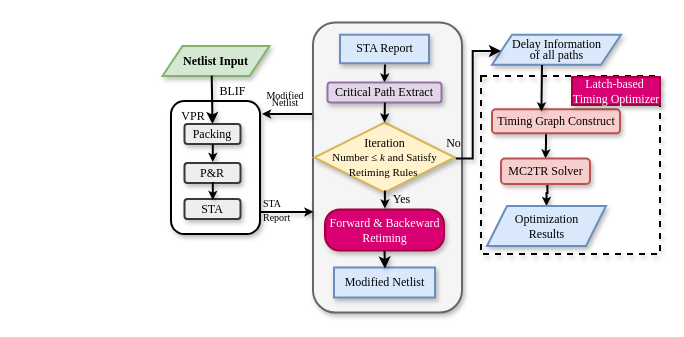
The draw.io diagram TIRK.drawio in kxzhu0505/TIRL, before the edit. Source tidied: cells renumbered, new cells numbered last; positions are measured from the earlier drawing's top-left corner, leaving out a move shared by most shapes. Both pictures are drawn from the tidied source at 100%, with x=0, y=0 at pixel (162, 22).
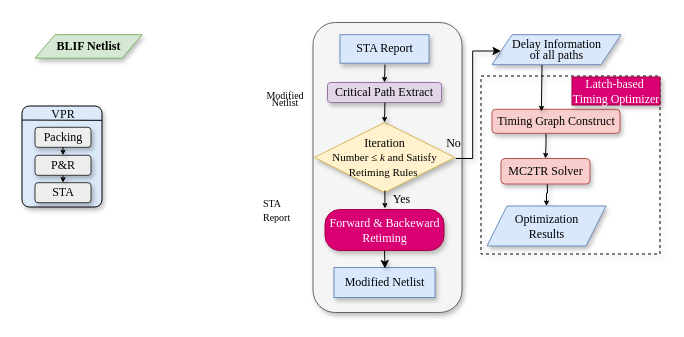
The same diagram, later.

Change to the diagram source:
```diff
@@
-    <mxCell id="2" style="rounded=0;whiteSpace=wrap;html=1;fillColor=none;strokeWidth=2;fontFamily=Times New Roman;shadow=1;dashed=1;" parent="1" vertex="1">
+    <mxCell id="2" style="rounded=0;whiteSpace=wrap;html=1;fillColor=none;strokeWidth=1;fontFamily=Times New Roman;shadow=1;dashed=1;" parent="1" vertex="1">
       <mxGeometry x="318.5" y="53.5" width="179" height="178" as="geometry" />
     </mxCell>
-    <mxCell id="3" style="edgeStyle=orthogonalEdgeStyle;rounded=0;jettySize=auto;html=1;strokeWidth=2;fontFamily=Times New Roman;endSize=3;shadow=1;" parent="1" edge="1" target="9">
+    <mxCell id="3" style="edgeStyle=orthogonalEdgeStyle;rounded=0;jettySize=auto;html=1;strokeWidth=1;fontFamily=Times New Roman;endSize=3;shadow=1;" parent="1" edge="1" target="9">
       <mxGeometry relative="1" as="geometry">
         <mxPoint x="384.5" y="149.5" as="sourcePoint" />
       </mxGeometry>
     </mxCell>
-    <mxCell id="4" value="&lt;font&gt;&lt;b&gt;Netlist Input&lt;/b&gt;&lt;/font&gt;" style="shape=parallelogram;perimeter=parallelogramPerimeter;whiteSpace=wrap;html=1;fixedSize=1;fillColor=#d5e8d4;strokeColor=#82b366;strokeWidth=2;fontFamily=Times New Roman;shadow=1;" parent="1" vertex="1">
-      <mxGeometry y="23.5" width="107" height="30" as="geometry" />
+    <mxCell id="4" value="&lt;font&gt;&lt;b&gt;BLIF Netlist&lt;/b&gt;&lt;/font&gt;" style="shape=parallelogram;perimeter=parallelogramPerimeter;whiteSpace=wrap;html=1;fixedSize=1;fillColor=#d5e8d4;strokeColor=#82b366;strokeWidth=1;fontFamily=Times New Roman;shadow=1;" parent="1" vertex="1">
+      <mxGeometry x="-127.5" y="12.2" width="107" height="23.5" as="geometry" />
     </mxCell>
-    <mxCell id="5" value="&lt;p style=&quot;line-height: 90%;&quot;&gt;&lt;font&gt;Delay Information &lt;br&gt;of all paths&lt;/font&gt;&lt;/p&gt;" style="shape=parallelogram;perimeter=parallelogramPerimeter;whiteSpace=wrap;html=1;fixedSize=1;fillColor=#dae8fc;strokeColor=#6c8ebf;strokeWidth=2;fontFamily=Times New Roman;shadow=1;" parent="1" vertex="1">
+    <mxCell id="5" value="&lt;p style=&quot;line-height: 90%;&quot;&gt;&lt;font&gt;Delay Information &lt;br&gt;of all paths&lt;/font&gt;&lt;/p&gt;" style="shape=parallelogram;perimeter=parallelogramPerimeter;whiteSpace=wrap;html=1;fixedSize=1;fillColor=#dae8fc;strokeColor=#6c8ebf;strokeWidth=1;fontFamily=Times New Roman;shadow=1;" parent="1" vertex="1">
       <mxGeometry x="329.5" y="12.2" width="129" height="30" as="geometry" />
     </mxCell>
-    <mxCell id="6" style="edgeStyle=orthogonalEdgeStyle;rounded=0;jettySize=auto;html=1;entryX=0.5;entryY=0;entryDx=0;entryDy=0;strokeWidth=2;fontFamily=Times New Roman;endSize=3;shadow=1;" parent="1" edge="1" source="7" target="8">
+    <mxCell id="6" style="edgeStyle=orthogonalEdgeStyle;rounded=0;jettySize=auto;html=1;entryX=0.5;entryY=0;entryDx=0;entryDy=0;strokeWidth=1;fontFamily=Times New Roman;endSize=3;shadow=1;" parent="1" edge="1" source="7" target="8">
       <mxGeometry relative="1" as="geometry">
         <Array as="points">
           <mxPoint x="383.5" y="121.5" />
           <mxPoint x="383.5" y="121.5" />
         </Array>
       </mxGeometry>
     </mxCell>
-    <mxCell id="7" value="&lt;span style=&quot;text-wrap-mode: nowrap;&quot;&gt;Timing Graph Construct&lt;/span&gt;" style="rounded=1;whiteSpace=wrap;html=1;fillColor=#f8cecc;strokeColor=#b85450;strokeWidth=2;fontFamily=Times New Roman;shadow=1;" parent="1" vertex="1">
+    <mxCell id="7" value="&lt;span style=&quot;text-wrap-mode: nowrap;&quot;&gt;Timing Graph Construct&lt;/span&gt;" style="rounded=1;whiteSpace=wrap;html=1;fillColor=#f8cecc;strokeColor=#b85450;strokeWidth=1;fontFamily=Times New Roman;shadow=1;" parent="1" vertex="1">
       <mxGeometry x="329.5" y="86.8" width="128" height="24" as="geometry" />
     </mxCell>
-    <mxCell id="8" value="&lt;font&gt;MC2TR Solver&lt;/font&gt;" style="rounded=1;whiteSpace=wrap;html=1;fillColor=#f8cecc;strokeColor=#b85450;strokeWidth=2;fontFamily=Times New Roman;shadow=1;" parent="1" vertex="1">
+    <mxCell id="8" value="&lt;font&gt;MC2TR Solver&lt;/font&gt;" style="rounded=1;whiteSpace=wrap;html=1;fillColor=#f8cecc;strokeColor=#b85450;strokeWidth=1;fontFamily=Times New Roman;shadow=1;" parent="1" vertex="1">
       <mxGeometry x="338.5" y="136" width="89" height="25.5" as="geometry" />
     </mxCell>
-    <mxCell id="9" value="&lt;font&gt;Optimization &lt;br&gt;Results&lt;/font&gt;" style="shape=parallelogram;perimeter=parallelogramPerimeter;whiteSpace=wrap;html=1;fixedSize=1;fillColor=#dae8fc;strokeColor=#6c8ebf;strokeWidth=2;fontFamily=Times New Roman;shadow=1;" parent="1" vertex="1">
+    <mxCell id="9" value="&lt;font&gt;Optimization &lt;br&gt;Results&lt;/font&gt;" style="shape=parallelogram;perimeter=parallelogramPerimeter;whiteSpace=wrap;html=1;fixedSize=1;fillColor=#dae8fc;strokeColor=#6c8ebf;strokeWidth=1;fontFamily=Times New Roman;shadow=1;" parent="1" vertex="1">
       <mxGeometry x="324.5" y="183.5" width="119" height="40" as="geometry" />
     </mxCell>
-    <mxCell id="10" value="&lt;font&gt;BLIF&lt;/font&gt;" style="text;html=1;align=center;verticalAlign=middle;strokeColor=none;fillColor=none;strokeWidth=2;fontFamily=Times New Roman;shadow=1;" parent="1" vertex="1">
-      <mxGeometry x="45.5" y="53.5" width="49" height="30" as="geometry" />
-    </mxCell>
-    <mxCell id="11" style="rounded=1;whiteSpace=wrap;html=1;fillColor=#f5f5f5;strokeColor=#666666;strokeWidth=2;fontFamily=Times New Roman;fontColor=#333333;shadow=1;" parent="1" vertex="1">
+    <mxCell id="11" style="rounded=1;whiteSpace=wrap;html=1;fillColor=#f5f5f5;strokeColor=#666666;strokeWidth=1;fontFamily=Times New Roman;fontColor=#333333;shadow=1;" parent="1" vertex="1">
       <mxGeometry x="150.5" width="149" height="290" as="geometry" />
     </mxCell>
-    <mxCell id="12" style="rounded=1;whiteSpace=wrap;html=1;strokeWidth=2;fontFamily=Times New Roman;shadow=1;" parent="1" vertex="1">
-      <mxGeometry x="8.5" y="78.5" width="89" height="133" as="geometry" />
+    <mxCell id="12" value="&lt;hr&gt;" style="rounded=1;whiteSpace=wrap;html=1;strokeWidth=1;fontFamily=Times New Roman;shadow=1;fillColor=#DBE9F9;arcSize=9;" parent="1" vertex="1">
+      <mxGeometry x="-140.5" y="83.5" width="80" height="101" as="geometry" />
     </mxCell>
-    <mxCell id="13" value="&lt;font&gt;STA Report&lt;/font&gt;" style="rounded=0;whiteSpace=wrap;html=1;fillColor=#dae8fc;strokeColor=#6c8ebf;strokeWidth=2;fontFamily=Times New Roman;shadow=1;" parent="1" vertex="1">
+    <mxCell id="13" value="&lt;font&gt;STA Report&lt;/font&gt;" style="rounded=0;whiteSpace=wrap;html=1;fillColor=#dae8fc;strokeColor=#6c8ebf;strokeWidth=1;fontFamily=Times New Roman;shadow=1;" parent="1" vertex="1">
       <mxGeometry x="177.5" y="12.2" width="89" height="28.5" as="geometry" />
     </mxCell>
-    <mxCell id="14" style="rhombus;whiteSpace=wrap;html=1;fillColor=#fff2cc;strokeColor=#d6b656;strokeWidth=2;fontFamily=Times New Roman;shadow=1;" parent="1" vertex="1">
+    <mxCell id="14" style="rhombus;whiteSpace=wrap;html=1;fillColor=#fff2cc;strokeColor=#d6b656;strokeWidth=1;fontFamily=Times New Roman;shadow=1;" parent="1" vertex="1">
       <mxGeometry x="151.8" y="100" width="140.5" height="70" as="geometry" />
     </mxCell>
-    <mxCell id="15" style="endArrow=classic;html=1;rounded=0;exitX=0.5;exitY=1;exitDx=0;exitDy=0;strokeWidth=2;fontFamily=Times New Roman;endSize=3;entryX=0.5;entryY=0;entryDx=0;entryDy=0;shadow=1;" parent="1" edge="1" target="23">
+    <mxCell id="15" style="endArrow=classic;html=1;rounded=0;exitX=0.5;exitY=1;exitDx=0;exitDy=0;strokeWidth=1;fontFamily=Times New Roman;endSize=3;entryX=0.5;entryY=0;entryDx=0;entryDy=0;shadow=1;" parent="1" edge="1" target="23">
       <mxGeometry relative="1" as="geometry">
         <mxPoint x="222.5" y="42" as="sourcePoint" />
       </mxGeometry>
     </mxCell>
-    <mxCell id="16" value="&lt;font&gt;Forward &amp;amp; Backeward Retiming&lt;/font&gt;" style="rounded=1;whiteSpace=wrap;html=1;fillColor=#d80073;strokeColor=#A50040;arcSize=36;strokeWidth=2;fontFamily=Times New Roman;fontColor=#ffffff;shadow=1;" parent="1" vertex="1">
+    <mxCell id="16" value="&lt;font&gt;Forward &amp;amp; Backeward Retiming&lt;/font&gt;" style="rounded=1;whiteSpace=wrap;html=1;fillColor=#d80073;strokeColor=#A50040;arcSize=36;strokeWidth=1;fontFamily=Times New Roman;fontColor=#ffffff;shadow=1;" parent="1" vertex="1">
       <mxGeometry x="162.5" y="187" width="119" height="41" as="geometry" />
     </mxCell>
-    <mxCell id="17" value="&lt;font&gt;Modified Netlist&lt;/font&gt;" style="rounded=0;whiteSpace=wrap;html=1;fillColor=#dae8fc;strokeColor=#6c8ebf;strokeWidth=2;fontFamily=Times New Roman;shadow=1;" parent="1" vertex="1">
+    <mxCell id="17" value="&lt;font&gt;Modified Netlist&lt;/font&gt;" style="rounded=0;whiteSpace=wrap;html=1;fillColor=#dae8fc;strokeColor=#6c8ebf;strokeWidth=1;fontFamily=Times New Roman;shadow=1;" parent="1" vertex="1">
       <mxGeometry x="171.5" y="245" width="101" height="30" as="geometry" />
     </mxCell>
-    <mxCell id="18" style="endArrow=classic;html=1;rounded=0;exitX=0.5;exitY=1;exitDx=0;exitDy=0;strokeWidth=2;fontFamily=Times New Roman;shadow=1;" parent="1" edge="1" source="16">
+    <mxCell id="18" style="endArrow=classic;html=1;rounded=0;exitX=0.5;exitY=1;exitDx=0;exitDy=0;strokeWidth=1;fontFamily=Times New Roman;shadow=1;" parent="1" edge="1" source="16">
       <mxGeometry relative="1" as="geometry">
         <mxPoint x="222.5" y="246" as="targetPoint" />
       </mxGeometry>
     </mxCell>
-    <mxCell id="19" value="&lt;font&gt;Yes&lt;/font&gt;" style="text;html=1;align=center;verticalAlign=middle;strokeColor=none;fillColor=none;strokeWidth=2;fontFamily=Times New Roman;shadow=1;" parent="1" vertex="1">
+    <mxCell id="19" value="&lt;font&gt;Yes&lt;/font&gt;" style="text;html=1;align=center;verticalAlign=middle;strokeColor=none;fillColor=none;strokeWidth=1;fontFamily=Times New Roman;shadow=1;" parent="1" vertex="1">
       <mxGeometry x="219.5" y="162" width="39" height="30" as="geometry" />
     </mxCell>
-    <mxCell id="20" value="No" style="text;html=1;align=center;verticalAlign=middle;strokeColor=none;fillColor=none;strokeWidth=2;fontFamily=Times New Roman;shadow=1;" parent="1" vertex="1">
+    <mxCell id="20" value="No" style="text;html=1;align=center;verticalAlign=middle;strokeColor=none;fillColor=none;strokeWidth=1;fontFamily=Times New Roman;shadow=1;" parent="1" vertex="1">
       <mxGeometry x="271.5" y="106" width="39" height="30" as="geometry" />
     </mxCell>
-    <mxCell id="21" style="endArrow=classic;html=1;rounded=0;exitX=0.46;exitY=0.988;exitDx=0;exitDy=0;exitPerimeter=0;entryX=0.5;entryY=0;entryDx=0;entryDy=0;strokeWidth=2;fontFamily=Times New Roman;shadow=1;" parent="1" edge="1" source="4" target="27">
-      <mxGeometry relative="1" as="geometry" />
-    </mxCell>
-    <mxCell id="22" value="&lt;font&gt;Iteration&lt;br style=&quot;border-color: var(--border-color); font-size: 11px;&quot;&gt;&lt;span style=&quot;font-size: 11px;&quot;&gt;Number ≤&amp;nbsp;&lt;/span&gt;&lt;i style=&quot;border-color: var(--border-color); font-size: 11px;&quot;&gt;k&amp;nbsp;&lt;/i&gt;&lt;span style=&quot;font-size: 11px;&quot;&gt;and Satisfy Retiming Rules&amp;nbsp;&lt;/span&gt;&lt;/font&gt;" style="text;html=1;strokeColor=none;fillColor=none;align=center;verticalAlign=middle;whiteSpace=wrap;rounded=0;fontFamily=Times New Roman;shadow=1;" parent="1" vertex="1">
+    <mxCell id="22" value="&lt;font&gt;Iteration&lt;br style=&quot;border-color: var(--border-color); font-size: 11px;&quot;&gt;&lt;span style=&quot;font-size: 11px;&quot;&gt;Number ≤&amp;nbsp;&lt;/span&gt;&lt;i style=&quot;border-color: var(--border-color); font-size: 11px;&quot;&gt;k&amp;nbsp;&lt;/i&gt;&lt;span style=&quot;font-size: 11px;&quot;&gt;and Satisfy Retiming Rules&amp;nbsp;&lt;/span&gt;&lt;/font&gt;" style="text;html=1;strokeColor=none;fillColor=none;align=center;verticalAlign=middle;whiteSpace=wrap;rounded=0;fontFamily=Times New Roman;shadow=1;strokeWidth=1;" parent="1" vertex="1">
       <mxGeometry x="162.5" y="110" width="119" height="50" as="geometry" />
     </mxCell>
-    <mxCell id="23" value="Critical Path Extract" style="rounded=1;whiteSpace=wrap;html=1;fillColor=#e1d5e7;strokeColor=#9673a6;fillStyle=auto;strokeWidth=2;fontFamily=Times New Roman;shadow=1;" parent="1" vertex="1">
+    <mxCell id="23" value="Critical Path Extract" style="rounded=1;whiteSpace=wrap;html=1;fillColor=#e1d5e7;strokeColor=#9673a6;fillStyle=auto;strokeWidth=1;fontFamily=Times New Roman;shadow=1;" parent="1" vertex="1">
       <mxGeometry x="165" y="60" width="114" height="20" as="geometry" />
     </mxCell>
-    <mxCell id="24" style="endArrow=classic;html=1;rounded=0;exitX=0.5;exitY=1;exitDx=0;exitDy=0;strokeWidth=2;fontFamily=Times New Roman;endSize=3;entryX=0.5;entryY=0;entryDx=0;entryDy=0;shadow=1;" parent="1" edge="1" target="14">
+    <mxCell id="24" style="endArrow=classic;html=1;rounded=0;exitX=0.5;exitY=1;exitDx=0;exitDy=0;strokeWidth=1;fontFamily=Times New Roman;endSize=3;entryX=0.5;entryY=0;entryDx=0;entryDy=0;shadow=1;" parent="1" edge="1" target="14">
       <mxGeometry relative="1" as="geometry">
         <mxPoint x="222.4" y="80" as="sourcePoint" />
       </mxGeometry>
     </mxCell>
-    <mxCell id="25" style="endArrow=classic;html=1;rounded=0;exitX=0.5;exitY=1;exitDx=0;exitDy=0;strokeWidth=2;fontFamily=Times New Roman;endSize=3;entryX=0.5;entryY=0;entryDx=0;entryDy=0;shadow=1;" parent="1" edge="1">
+    <mxCell id="25" style="endArrow=classic;html=1;rounded=0;exitX=0.5;exitY=1;exitDx=0;exitDy=0;strokeWidth=1;fontFamily=Times New Roman;endSize=3;entryX=0.5;entryY=0;entryDx=0;entryDy=0;shadow=1;" parent="1" edge="1">
       <mxGeometry relative="1" as="geometry">
         <mxPoint x="222.4" y="168" as="sourcePoint" />
         <mxPoint x="222.4" y="186" as="targetPoint" />
       </mxGeometry>
     </mxCell>
-    <mxCell id="26" value="&lt;span style=&quot;font-family: &amp;quot;Times New Roman&amp;quot;;&quot;&gt;VPR&lt;/span&gt;" style="text;html=1;align=center;verticalAlign=middle;whiteSpace=wrap;rounded=0;shadow=1;" parent="1" vertex="1">
-      <mxGeometry x="8.5" y="78.5" width="44" height="30" as="geometry" />
+    <mxCell id="26" value="&lt;span style=&quot;font-family: &amp;quot;Times New Roman&amp;quot;;&quot;&gt;VPR&lt;/span&gt;" style="text;html=1;align=center;verticalAlign=middle;whiteSpace=wrap;rounded=0;shadow=1;strokeWidth=1;" parent="1" vertex="1">
+      <mxGeometry x="-121.5" y="76.5" width="44" height="30" as="geometry" />
     </mxCell>
-    <mxCell id="27" value="Packing" style="rounded=1;whiteSpace=wrap;html=1;fillColor=#eeeeee;strokeWidth=2;fontFamily=Times New Roman;shadow=1;strokeColor=#36393d;" parent="1" vertex="1">
-      <mxGeometry x="22" y="101.5" width="56" height="20" as="geometry" />
+    <mxCell id="27" value="Packing" style="rounded=1;whiteSpace=wrap;html=1;fillColor=#eeeeee;strokeWidth=1;fontFamily=Times New Roman;shadow=1;strokeColor=#36393d;" parent="1" vertex="1">
+      <mxGeometry x="-127.5" y="104.8" width="56" height="20" as="geometry" />
     </mxCell>
-    <mxCell id="28" value="P&amp;amp;R" style="rounded=1;whiteSpace=wrap;html=1;fillColor=#eeeeee;strokeWidth=2;fontFamily=Times New Roman;shadow=1;strokeColor=#36393d;" parent="1" vertex="1">
-      <mxGeometry x="22" y="140.5" width="56" height="20" as="geometry" />
+    <mxCell id="28" value="P&amp;amp;R" style="rounded=1;whiteSpace=wrap;html=1;fillColor=#eeeeee;strokeWidth=1;fontFamily=Times New Roman;shadow=1;strokeColor=#36393d;" parent="1" vertex="1">
+      <mxGeometry x="-127.5" y="132.8" width="56" height="20" as="geometry" />
     </mxCell>
-    <mxCell id="29" value="STA" style="rounded=1;whiteSpace=wrap;html=1;fillColor=#eeeeee;strokeWidth=2;fontFamily=Times New Roman;shadow=1;strokeColor=#36393d;" parent="1" vertex="1">
-      <mxGeometry x="22" y="176.5" width="56" height="20" as="geometry" />
+    <mxCell id="29" value="STA" style="rounded=1;whiteSpace=wrap;html=1;fillColor=#eeeeee;strokeWidth=1;fontFamily=Times New Roman;shadow=1;strokeColor=#36393d;" parent="1" vertex="1">
+      <mxGeometry x="-127.5" y="160.2" width="56" height="20" as="geometry" />
     </mxCell>
-    <mxCell id="30" style="endArrow=classic;html=1;rounded=0;exitX=0.5;exitY=1;exitDx=0;exitDy=0;strokeWidth=2;fontFamily=Times New Roman;endSize=3;entryX=0.5;entryY=0;entryDx=0;entryDy=0;shadow=1;" parent="1" edge="1">
-      <mxGeometry relative="1" as="geometry">
-        <mxPoint x="50.3" y="121.5" as="sourcePoint" />
-        <mxPoint x="50.3" y="139.5" as="targetPoint" />
-      </mxGeometry>
+    <mxCell id="30" style="endArrow=classic;html=1;rounded=0;strokeWidth=1;fontFamily=Times New Roman;endSize=3;entryX=0.5;entryY=0;entryDx=0;entryDy=0;shadow=1;exitX=0.5;exitY=1;exitDx=0;exitDy=0;" parent="1" edge="1" source="27" target="28">
+      <mxGeometry relative="1" as="geometry" />
     </mxCell>
-    <mxCell id="31" style="endArrow=classic;html=1;rounded=0;exitX=0.5;exitY=1;exitDx=0;exitDy=0;strokeWidth=2;fontFamily=Times New Roman;endSize=3;entryX=0.5;entryY=0;entryDx=0;entryDy=0;shadow=1;" parent="1" edge="1">
-      <mxGeometry relative="1" as="geometry">
-        <mxPoint x="50.3" y="159.5" as="sourcePoint" />
-        <mxPoint x="50.3" y="177.5" as="targetPoint" />
-      </mxGeometry>
+    <mxCell id="31" style="endArrow=classic;html=1;rounded=0;exitX=0.5;exitY=1;exitDx=0;exitDy=0;strokeWidth=1;fontFamily=Times New Roman;endSize=3;entryX=0.5;entryY=0;entryDx=0;entryDy=0;shadow=1;" parent="1" edge="1" source="28" target="29">
+      <mxGeometry relative="1" as="geometry" />
     </mxCell>
-    <mxCell id="32" style="endArrow=classic;html=1;rounded=0;exitX=1.005;exitY=0.835;exitDx=0;exitDy=0;strokeWidth=2;fontFamily=Times New Roman;endSize=3;entryX=0.003;entryY=0.653;entryDx=0;entryDy=0;entryPerimeter=0;exitPerimeter=0;shadow=1;" parent="1" edge="1" source="12" target="11">
-      <mxGeometry relative="1" as="geometry" />
-    </mxCell>
-    <mxCell id="33" value="&lt;span style=&quot;color: rgb(0, 0, 0); font-family: &amp;quot;Times New Roman&amp;quot;; font-style: normal; font-variant-ligatures: normal; font-variant-caps: normal; font-weight: 400; letter-spacing: normal; orphans: 2; text-align: center; text-indent: 0px; text-transform: none; widows: 2; word-spacing: 0px; -webkit-text-stroke-width: 0px; white-space: normal; text-decoration-thickness: initial; text-decoration-style: initial; text-decoration-color: initial; float: none; display: inline !important;&quot;&gt;&lt;font style=&quot;font-size: 10px;&quot;&gt;STA Report&lt;/font&gt;&lt;/span&gt;" style="text;whiteSpace=wrap;html=1;shadow=1;" parent="1" vertex="1">
+    <mxCell id="33" value="&lt;span style=&quot;color: rgb(0, 0, 0); font-family: &amp;quot;Times New Roman&amp;quot;; font-style: normal; font-variant-ligatures: normal; font-variant-caps: normal; font-weight: 400; letter-spacing: normal; orphans: 2; text-align: center; text-indent: 0px; text-transform: none; widows: 2; word-spacing: 0px; -webkit-text-stroke-width: 0px; white-space: normal; text-decoration-thickness: initial; text-decoration-style: initial; text-decoration-color: initial; float: none; display: inline !important;&quot;&gt;&lt;font style=&quot;font-size: 10px;&quot;&gt;STA Report&lt;/font&gt;&lt;/span&gt;" style="text;whiteSpace=wrap;html=1;shadow=1;strokeWidth=1;" parent="1" vertex="1">
       <mxGeometry x="98.5" y="166.5" width="49" height="40" as="geometry" />
     </mxCell>
-    <mxCell id="34" value="&lt;p style=&quot;line-height: 60%;&quot;&gt;&lt;span style=&quot;color: rgb(0, 0, 0); font-family: &amp;quot;Times New Roman&amp;quot;; font-style: normal; font-variant-ligatures: normal; font-variant-caps: normal; font-weight: 400; letter-spacing: normal; orphans: 2; text-indent: 0px; text-transform: none; widows: 2; word-spacing: 0px; -webkit-text-stroke-width: 0px; white-space: normal; text-decoration-thickness: initial; text-decoration-style: initial; text-decoration-color: initial; float: none; display: inline !important;&quot;&gt;&lt;font style=&quot;font-size: 10px;&quot;&gt;Modified Netlist&lt;/font&gt;&lt;/span&gt;&lt;/p&gt;" style="text;whiteSpace=wrap;html=1;align=center;shadow=1;" parent="1" vertex="1">
+    <mxCell id="34" value="&lt;p style=&quot;line-height: 60%;&quot;&gt;&lt;span style=&quot;color: rgb(0, 0, 0); font-family: &amp;quot;Times New Roman&amp;quot;; font-style: normal; font-variant-ligatures: normal; font-variant-caps: normal; font-weight: 400; letter-spacing: normal; orphans: 2; text-indent: 0px; text-transform: none; widows: 2; word-spacing: 0px; -webkit-text-stroke-width: 0px; white-space: normal; text-decoration-thickness: initial; text-decoration-style: initial; text-decoration-color: initial; float: none; display: inline !important;&quot;&gt;&lt;font style=&quot;font-size: 10px;&quot;&gt;Modified Netlist&lt;/font&gt;&lt;/span&gt;&lt;/p&gt;" style="text;whiteSpace=wrap;html=1;align=center;shadow=1;strokeWidth=1;" parent="1" vertex="1">
       <mxGeometry x="104.5" y="51" width="36" height="31.5" as="geometry" />
     </mxCell>
-    <mxCell id="35" style="endArrow=none;html=1;rounded=0;exitX=1.005;exitY=0.835;exitDx=0;exitDy=0;strokeWidth=2;fontFamily=Times New Roman;endSize=3;entryX=0.003;entryY=0.653;entryDx=0;entryDy=0;entryPerimeter=0;exitPerimeter=0;startArrow=classic;startFill=1;startSize=3;endFill=0;shadow=1;" parent="1" edge="1">
-      <mxGeometry relative="1" as="geometry">
-        <mxPoint x="99.5" y="91.5" as="sourcePoint" />
-        <mxPoint x="149.5" y="91.5" as="targetPoint" />
-      </mxGeometry>
-    </mxCell>
-    <mxCell id="36" style="edgeStyle=orthogonalEdgeStyle;rounded=0;orthogonalLoop=1;jettySize=auto;html=1;strokeWidth=2;exitX=1;exitY=0.5;exitDx=0;exitDy=0;fontFamily=Times New Roman;shadow=1;" parent="1" edge="1">
+    <mxCell id="36" style="edgeStyle=orthogonalEdgeStyle;rounded=0;orthogonalLoop=1;jettySize=auto;html=1;strokeWidth=1;exitX=1;exitY=0.5;exitDx=0;exitDy=0;fontFamily=Times New Roman;shadow=1;" parent="1" edge="1">
       <mxGeometry relative="1" as="geometry">
         <mxPoint x="293.2" y="136" as="sourcePoint" />
         <mxPoint x="338.5" y="28.5" as="targetPoint" />
         <Array as="points">
           <mxPoint x="310.2" y="136" />
           <mxPoint x="310.2" y="28" />
         </Array>
       </mxGeometry>
     </mxCell>
-    <mxCell id="37" value="&lt;font&gt;Latch-based&amp;nbsp;&lt;/font&gt;&lt;div&gt;&lt;font&gt;Timing&amp;nbsp;&lt;/font&gt;&lt;span style=&quot;background-color: initial;&quot;&gt;Optimizer&lt;/span&gt;&lt;/div&gt;" style="rounded=0;whiteSpace=wrap;html=1;fillColor=#d80073;strokeColor=#A50040;arcSize=36;strokeWidth=2;fontFamily=Times New Roman;fontColor=#ffffff;shadow=1;" parent="1" vertex="1">
+    <mxCell id="37" value="&lt;font&gt;Latch-based&amp;nbsp;&lt;/font&gt;&lt;div&gt;&lt;font&gt;Timing&amp;nbsp;&lt;/font&gt;&lt;span style=&quot;background-color: initial;&quot;&gt;Optimizer&lt;/span&gt;&lt;/div&gt;" style="rounded=0;whiteSpace=wrap;html=1;fillColor=#d80073;strokeColor=#A50040;arcSize=36;strokeWidth=1;fontFamily=Times New Roman;fontColor=#ffffff;shadow=1;" parent="1" vertex="1">
       <mxGeometry x="409.5" y="54.5" width="88" height="28" as="geometry" />
     </mxCell>
-    <mxCell id="38" style="rounded=0;jettySize=auto;html=1;entryX=0.386;entryY=0.091;entryDx=0;entryDy=0;entryPerimeter=0;strokeWidth=2;startSize=3;endSize=3;shadow=1;" parent="1" edge="1" target="7">
+    <mxCell id="38" style="rounded=0;jettySize=auto;html=1;entryX=0.386;entryY=0.091;entryDx=0;entryDy=0;entryPerimeter=0;strokeWidth=1;startSize=3;endSize=3;shadow=1;" parent="1" edge="1" target="7">
       <mxGeometry relative="1" as="geometry">
         <mxPoint x="379.5" y="42.5" as="sourcePoint" />
       </mxGeometry>
     </mxCell>
+    <mxCell id="39" style="endArrow=none;html=1;rounded=0;exitX=0.002;exitY=0.139;exitDx=0;exitDy=0;exitPerimeter=0;entryX=0.999;entryY=0.142;entryDx=0;entryDy=0;entryPerimeter=0;" parent="1" edge="1" source="12" target="12">
+      <mxGeometry relative="1" as="geometry" />
+    </mxCell>
```
